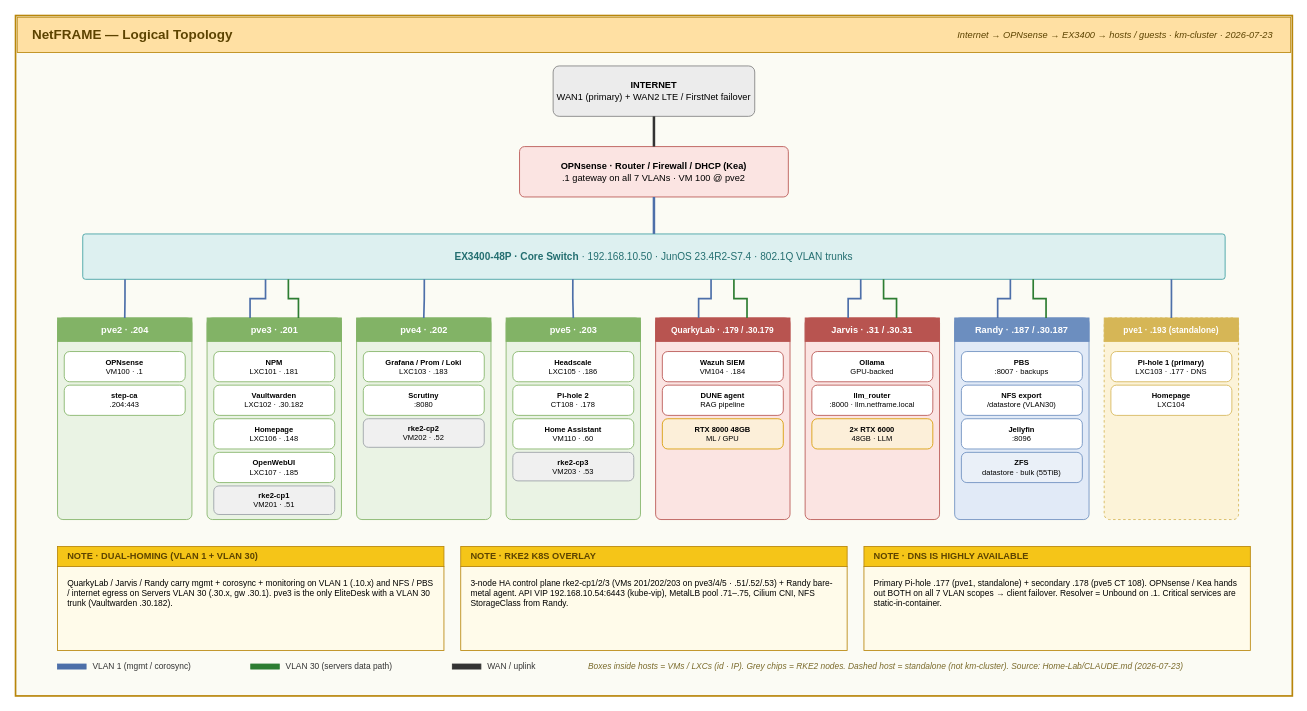
This is page "Logical Topology" (3 of 7) of netframe-architecture-poster.drawio from machismo0311/Home-Lab, a draw.io file, before an edit. Source tidied: cells renumbered, new cells numbered last; positions are measured from the earlier drawing's top-left corner, leaving out a move shared by most shapes. Both pictures are drawn from the tidied source at 84%, with x=0, y=0 at pixel (15, 15).
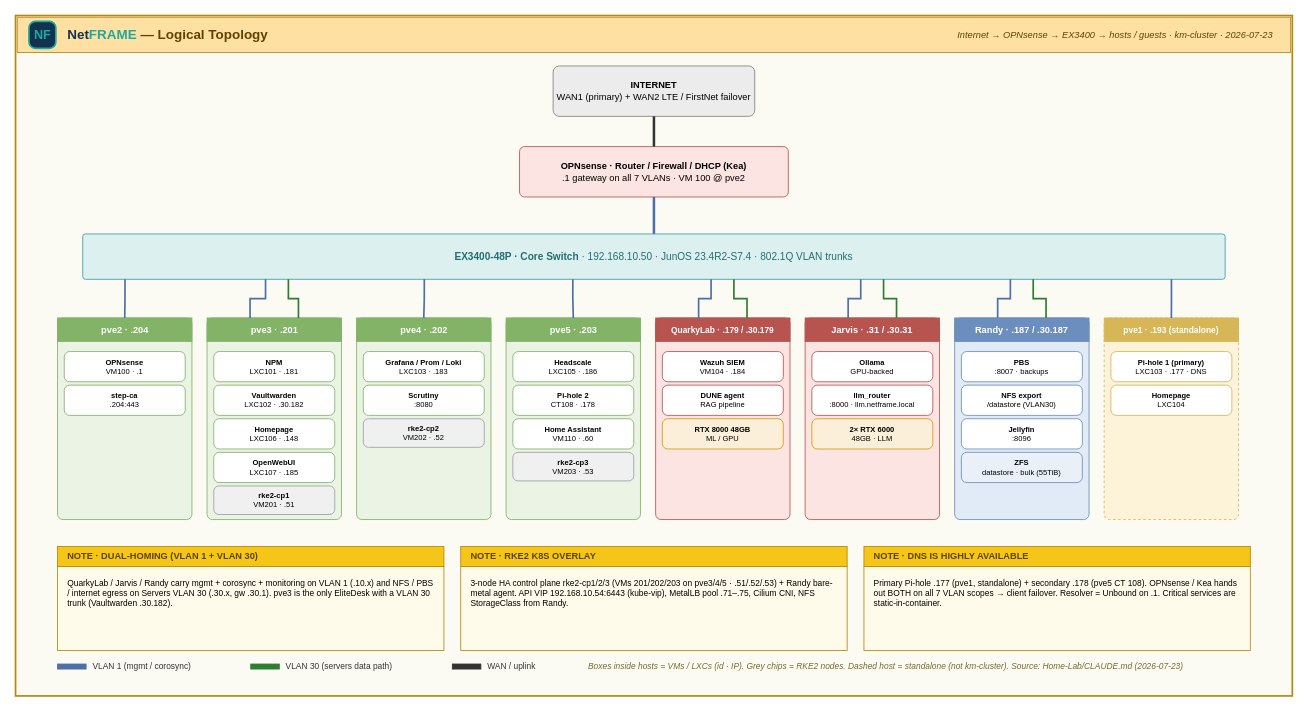
Above is the later version.

Commit message (it also covers changes not shown here):
Add NetFRAME logo lockup to poster title bars + data-center hero image

Change to the diagram source:
```diff
@@
-    <mxCell id="3" value="NetFRAME  —  Logical Topology" style="text;html=1;fillColor=#FFE0A3;strokeColor=#B8860B;fontStyle=1;fontSize=16;align=left;verticalAlign=middle;spacingLeft=16;fontColor=#5C4300;" parent="1" vertex="1">
+    <mxCell id="3" value="&lt;b&gt;&lt;font color=&quot;#12324F&quot;&gt;Net&lt;/font&gt;&lt;font color=&quot;#1FA89F&quot;&gt;FRAME&lt;/font&gt;&lt;/b&gt;  —  Logical Topology" style="text;html=1;fillColor=#FFE0A3;strokeColor=#B8860B;fontStyle=1;fontSize=16;align=left;verticalAlign=middle;spacingLeft=58;fontColor=#5C4300;" parent="1" vertex="1">
       <mxGeometry x="2" y="2" width="1516" height="42" as="geometry" />
     </mxCell>
+    <mxCell id="77" style="rounded=1;arcSize=24;whiteSpace=wrap;html=1;fillColor=#12324F;strokeColor=#1FA89F;strokeWidth=2;" parent="1" vertex="1">
+      <mxGeometry x="16" y="7" width="32" height="32" as="geometry" />
+    </mxCell>
+    <mxCell id="78" value="NF" style="text;html=1;fillColor=none;strokeColor=none;fontColor=#1FA89F;fontStyle=1;fontSize=15;align=center;verticalAlign=middle;" parent="1" vertex="1">
+      <mxGeometry x="16" y="7" width="32" height="32" as="geometry" />
+    </mxCell>
```
